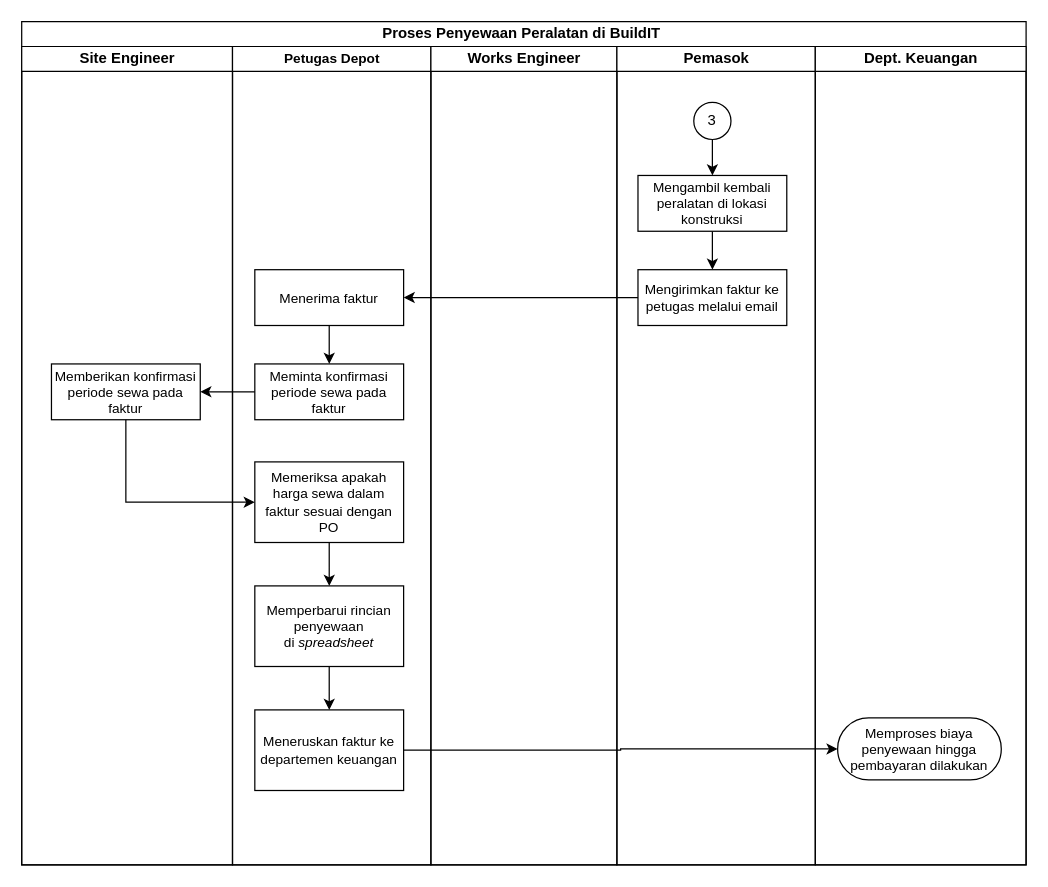
MHibriziF/SIPA keeps this draw.io diagram as page "Page-3" (3 of 3) of TI-BPM-SIPA.drawio. Above is the earlier version. Source tidied: cells renumbered, new cells numbered last; positions are measured from the earlier drawing's top-left corner, leaving out a move shared by most shapes. Both pictures are drawn from the tidied source at 124%, with x=0, y=0 at pixel (21, 21).
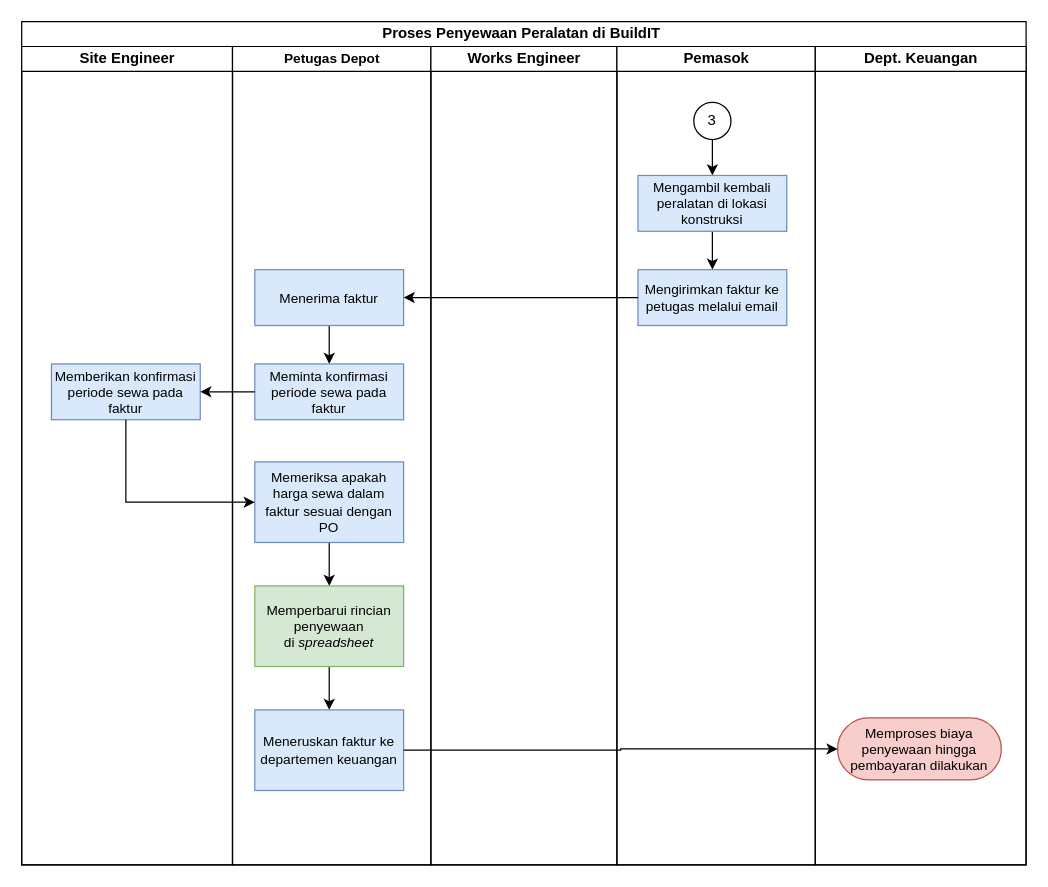
Above is the later version.

The change refers to these unchanged cells:
```xml
<mxCell id="3" value="Site Engineer" style="swimlane;html=1;startSize=20;labelBorderColor=none;labelBackgroundColor=none;textShadow=0;fontColor=default;" parent="2" vertex="1">
  <mxGeometry y="20" width="170" height="660" as="geometry" />
</mxCell>
<mxCell id="5" value="Petugas Depot" style="swimlane;html=1;startSize=20;fontSize=11;" parent="2" vertex="1">
  <mxGeometry x="170" y="20" width="160" height="660" as="geometry" />
</mxCell>
<mxCell id="15" value="Pemasok" style="swimlane;html=1;startSize=20;" parent="2" vertex="1">
  <mxGeometry x="480" y="20" width="160" height="660" as="geometry" />
</mxCell>
<mxCell id="21" value="Dept. Keuangan" style="swimlane;html=1;startSize=20;" parent="2" vertex="1">
  <mxGeometry x="640" y="20" width="170" height="660" as="geometry" />
</mxCell>
```

The edit, as a diff of the source:
```diff
@@
-    <mxCell id="4" value="Memberikan konfirmasi periode sewa pada faktur" style="rounded=0;whiteSpace=wrap;html=1;fontSize=11;" parent="3" vertex="1">
+    <mxCell id="4" value="Memberikan konfirmasi periode sewa pada faktur" style="rounded=0;whiteSpace=wrap;html=1;fontSize=11;fillColor=#dae8fc;strokeColor=#6c8ebf;" parent="3" vertex="1">
       <mxGeometry x="24" y="256" width="120" height="45" as="geometry" />
     </mxCell>
@@
-    <mxCell id="7" value="Menerima faktur" style="rounded=0;whiteSpace=wrap;html=1;fontSize=11;" parent="5" vertex="1">
+    <mxCell id="7" value="Menerima faktur" style="rounded=0;whiteSpace=wrap;html=1;fontSize=11;fillColor=#dae8fc;strokeColor=#6c8ebf;" parent="5" vertex="1">
       <mxGeometry x="18" y="180" width="120" height="45" as="geometry" />
     </mxCell>
-    <mxCell id="8" value="Meminta konfirmasi periode sewa pada faktur" style="rounded=0;whiteSpace=wrap;html=1;fontSize=11;" parent="5" vertex="1">
+    <mxCell id="8" value="Meminta konfirmasi periode sewa pada faktur" style="rounded=0;whiteSpace=wrap;html=1;fontSize=11;fillColor=#dae8fc;strokeColor=#6c8ebf;" parent="5" vertex="1">
       <mxGeometry x="18" y="256" width="120" height="45" as="geometry" />
     </mxCell>
@@
-    <mxCell id="10" value="Memeriksa apakah harga sewa dalam faktur sesuai dengan PO" style="rounded=0;whiteSpace=wrap;html=1;fontSize=11;" parent="5" vertex="1">
+    <mxCell id="10" value="Memeriksa apakah harga sewa dalam faktur sesuai dengan PO" style="rounded=0;whiteSpace=wrap;html=1;fontSize=11;fillColor=#dae8fc;strokeColor=#6c8ebf;" parent="5" vertex="1">
       <mxGeometry x="18" y="335" width="120" height="65" as="geometry" />
     </mxCell>
@@
-    <mxCell id="12" value="Memperbarui rincian penyewaan di&amp;nbsp;&lt;i&gt;spreadsheet&lt;/i&gt;" style="rounded=0;whiteSpace=wrap;html=1;fontSize=11;" parent="5" vertex="1">
+    <mxCell id="12" value="Memperbarui rincian penyewaan di&amp;nbsp;&lt;i&gt;spreadsheet&lt;/i&gt;" style="rounded=0;whiteSpace=wrap;html=1;fontSize=11;fillColor=#d5e8d4;strokeColor=#82b366;" parent="5" vertex="1">
       <mxGeometry x="18" y="435" width="120" height="65" as="geometry" />
     </mxCell>
-    <mxCell id="13" value="Meneruskan faktur ke departemen keuangan" style="rounded=0;whiteSpace=wrap;html=1;fontSize=11;" parent="5" vertex="1">
+    <mxCell id="13" value="Meneruskan faktur ke departemen keuangan" style="rounded=0;whiteSpace=wrap;html=1;fontSize=11;fillColor=#dae8fc;strokeColor=#6c8ebf;" parent="5" vertex="1">
       <mxGeometry x="18" y="535" width="120" height="65" as="geometry" />
     </mxCell>
@@
-    <mxCell id="19" value="Mengambil kembali peralatan di lokasi konstruksi" style="rounded=0;whiteSpace=wrap;html=1;fontSize=11;" parent="15" vertex="1">
+    <mxCell id="19" value="Mengambil kembali peralatan di lokasi konstruksi" style="rounded=0;whiteSpace=wrap;html=1;fontSize=11;fillColor=#dae8fc;strokeColor=#6c8ebf;" parent="15" vertex="1">
       <mxGeometry x="17" y="104" width="120" height="45" as="geometry" />
     </mxCell>
-    <mxCell id="20" value="Mengirimkan faktur ke petugas melalui&amp;nbsp;email" style="rounded=0;whiteSpace=wrap;html=1;fontSize=11;" parent="15" vertex="1">
+    <mxCell id="20" value="Mengirimkan faktur ke petugas melalui&amp;nbsp;email" style="rounded=0;whiteSpace=wrap;html=1;fontSize=11;fillColor=#dae8fc;strokeColor=#6c8ebf;" parent="15" vertex="1">
       <mxGeometry x="17" y="180" width="120" height="45" as="geometry" />
     </mxCell>
@@
-    <mxCell id="22" value="Memproses biaya penyewaan hingga pembayaran dilakukan" style="rounded=1;whiteSpace=wrap;html=1;arcSize=50;fontSize=11;" parent="21" vertex="1">
+    <mxCell id="22" value="Memproses biaya penyewaan hingga pembayaran dilakukan" style="rounded=1;whiteSpace=wrap;html=1;arcSize=50;fontSize=11;fillColor=#f8cecc;strokeColor=#b85450;" parent="21" vertex="1">
       <mxGeometry x="18" y="541.5" width="132" height="50" as="geometry" />
     </mxCell>
```
